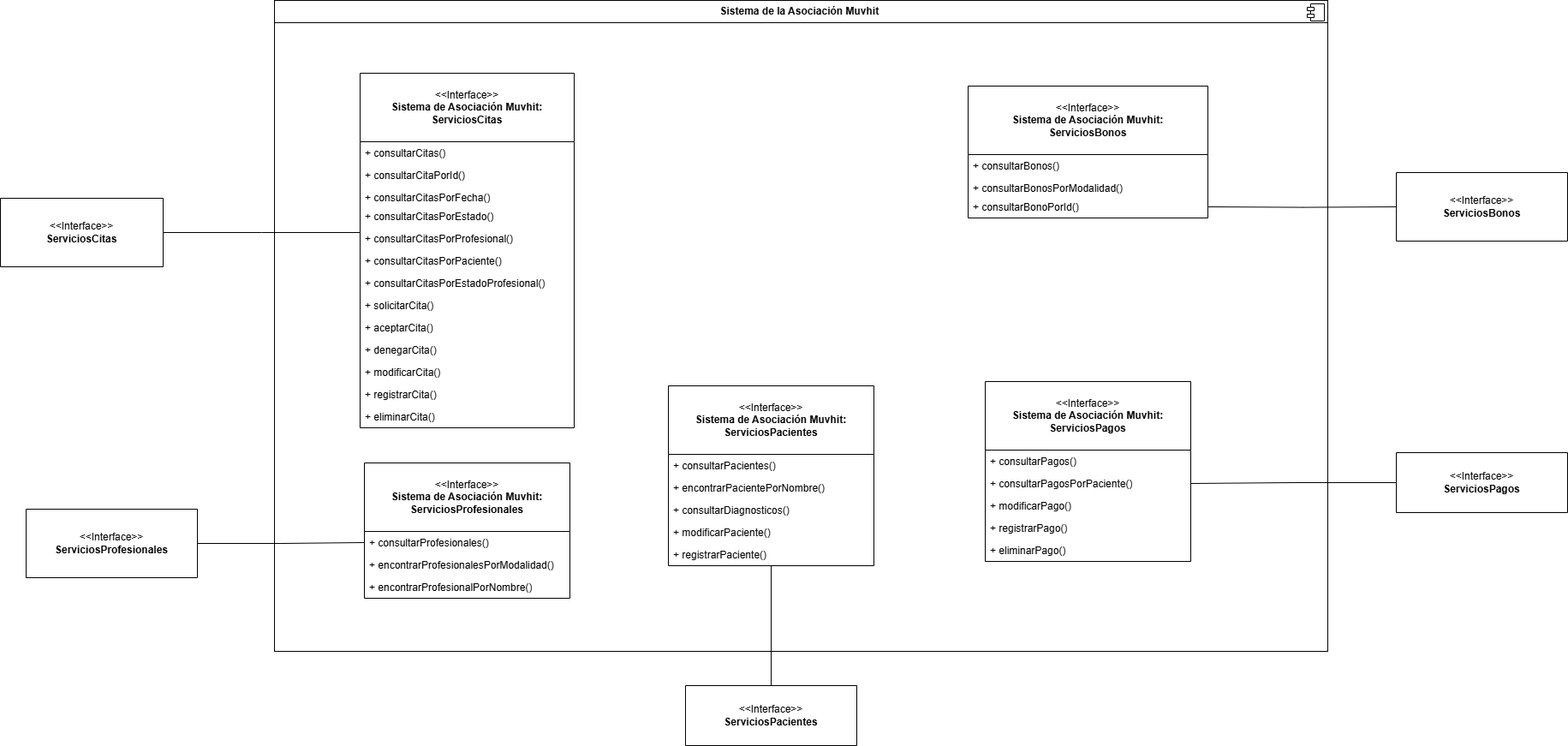
Cristinafernandezchica/ProyectoIRTemporal keeps this draw.io diagram as assets/DiagramaInterfazServiciosSistema.png. Above is the earlier version. Source tidied: cells renumbered, new cells last; positions are measured from the earlier drawing's top-left corner, leaving out a move shared by most shapes.
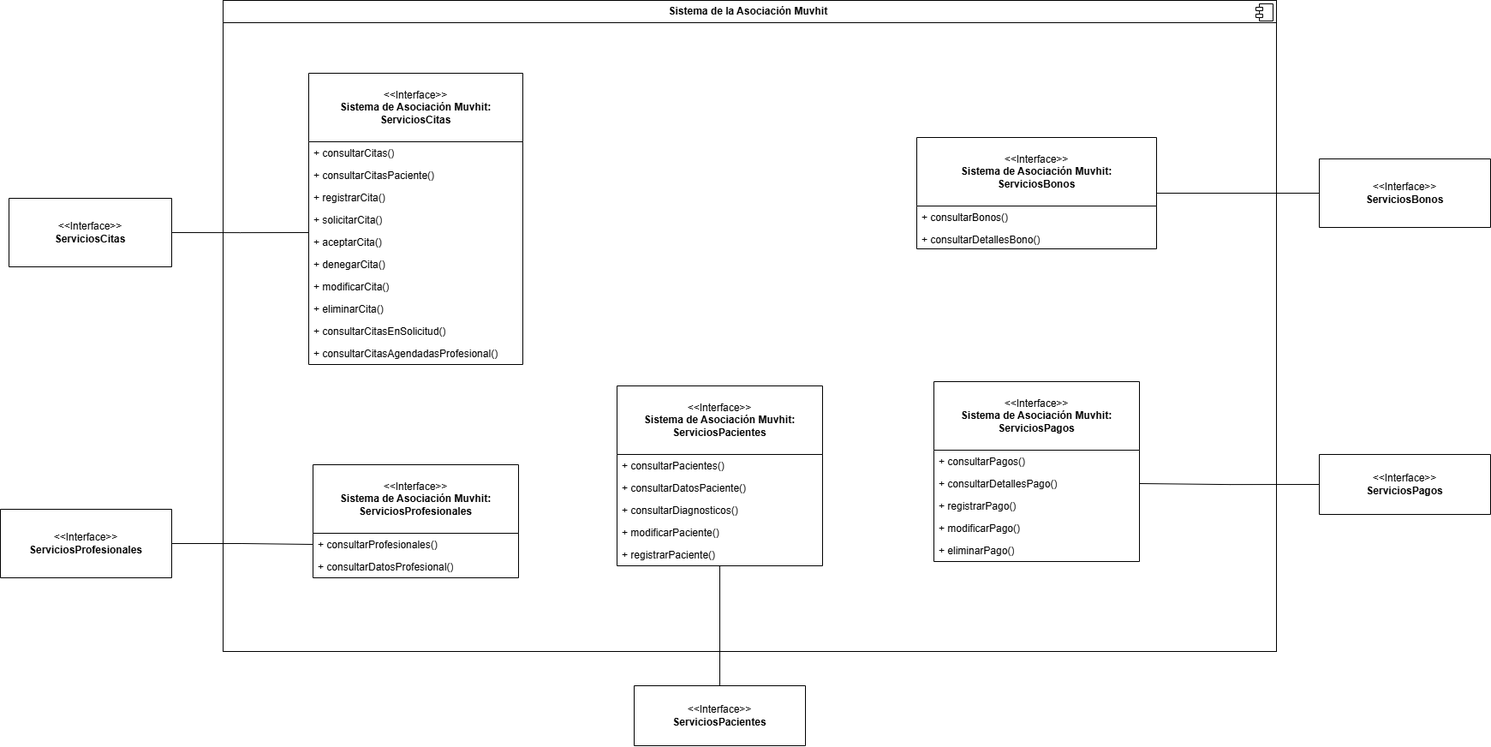
Above is the later version.

What changed in the source:
```diff
@@ -3,7 +3,7 @@
     <mxCell id="0" />
     <mxCell id="1" parent="0" />
     <mxCell id="2" value="&amp;lt;&amp;lt;Interface&amp;gt;&amp;gt;&lt;br&gt;&lt;div&gt;&lt;b style=&quot;background-color: initial;&quot;&gt;ServiciosCitas&lt;/b&gt;&lt;/div&gt;" style="swimlane;fontStyle=0;horizontal=1;startSize=80;fillColor=none;whiteSpace=wrap;html=1;" parent="1" vertex="1">
-      <mxGeometry y="231" width="190" height="80" as="geometry" />
+      <mxGeometry x="70" y="231" width="190" height="80" as="geometry" />
     </mxCell>
     <mxCell id="3" value="&lt;p style=&quot;margin:0px;margin-top:6px;text-align:center;&quot;&gt;&lt;b&gt;Sistema de la Asociación Muvhit&amp;nbsp;&lt;/b&gt;&lt;/p&gt;&lt;hr size=&quot;1&quot; style=&quot;border-style:solid;&quot;&gt;&lt;p style=&quot;margin:0px;margin-left:8px;&quot;&gt;&lt;br&gt;&lt;/p&gt;" style="align=left;overflow=fill;html=1;whiteSpace=wrap;" parent="1" vertex="1">
       <mxGeometry x="320" width="1230" height="760" as="geometry" />
@@ -19,7 +19,7 @@
     <mxCell id="6" value="+&amp;nbsp;&lt;span style=&quot;background-color: initial;&quot;&gt;consultarPacientes()&lt;/span&gt;" style="text;strokeColor=none;fillColor=none;align=left;verticalAlign=top;spacingLeft=4;spacingRight=4;overflow=hidden;whiteSpace=wrap;html=1;" parent="5" vertex="1">
       <mxGeometry y="80" width="240" height="26" as="geometry" />
     </mxCell>
-    <mxCell id="7" value="+&amp;nbsp;encontrarPacientePorNombre()" style="text;strokeColor=none;fillColor=none;align=left;verticalAlign=top;spacingLeft=4;spacingRight=4;overflow=hidden;whiteSpace=wrap;html=1;" parent="5" vertex="1">
+    <mxCell id="7" value="+ consultarDatosPaciente()" style="text;strokeColor=none;fillColor=none;align=left;verticalAlign=top;spacingLeft=4;spacingRight=4;overflow=hidden;whiteSpace=wrap;html=1;" parent="5" vertex="1">
       <mxGeometry y="106" width="240" height="26" as="geometry" />
     </mxCell>
     <mxCell id="8" value="+&amp;nbsp;consultarDiagnosticos()" style="text;strokeColor=none;fillColor=none;align=left;verticalAlign=top;spacingLeft=4;spacingRight=4;overflow=hidden;whiteSpace=wrap;html=1;" parent="5" vertex="1">
@@ -35,19 +35,16 @@
       <mxGeometry x="800" y="800" width="200" height="70" as="geometry" />
     </mxCell>
     <mxCell id="12" value="&amp;lt;&amp;lt;Interface&amp;gt;&amp;gt;&lt;br&gt;&lt;div&gt;&lt;b&gt;Sistema de Asociación Muvhit:&lt;/b&gt;&lt;/div&gt;&lt;div&gt;&lt;b&gt;ServiciosBonos&lt;/b&gt;&lt;/div&gt;" style="swimlane;fontStyle=0;horizontal=1;startSize=80;fillColor=none;whiteSpace=wrap;html=1;" parent="1" vertex="1">
-      <mxGeometry x="1130" y="100" width="280" height="154" as="geometry" />
+      <mxGeometry x="1130" y="160" width="280" height="130" as="geometry" />
     </mxCell>
     <mxCell id="13" value="+&amp;nbsp;consultarBonos()" style="text;strokeColor=none;fillColor=none;align=left;verticalAlign=top;spacingLeft=4;spacingRight=4;overflow=hidden;whiteSpace=wrap;html=1;" parent="12" vertex="1">
       <mxGeometry y="80" width="280" height="26" as="geometry" />
     </mxCell>
-    <mxCell id="14" value="+&amp;nbsp;consultarBonosPorModalidad()" style="text;strokeColor=none;fillColor=none;align=left;verticalAlign=top;spacingLeft=4;spacingRight=4;overflow=hidden;whiteSpace=wrap;html=1;" parent="12" vertex="1">
-      <mxGeometry y="106" width="280" height="22" as="geometry" />
+    <mxCell id="14" value="+&amp;nbsp;consultarDetallesBono()" style="text;strokeColor=none;fillColor=none;align=left;verticalAlign=top;spacingLeft=4;spacingRight=4;overflow=hidden;whiteSpace=wrap;html=1;" parent="12" vertex="1">
+      <mxGeometry y="106" width="280" height="24" as="geometry" />
     </mxCell>
-    <mxCell id="15" value="+ consultarBonoPorId()" style="text;strokeColor=none;fillColor=none;align=left;verticalAlign=top;spacingLeft=4;spacingRight=4;overflow=hidden;whiteSpace=wrap;html=1;" parent="12" vertex="1">
-      <mxGeometry y="128" width="280" height="26" as="geometry" />
-    </mxCell>
     <mxCell id="16" value="&amp;lt;&amp;lt;Interface&amp;gt;&amp;gt;&lt;div&gt;&lt;b&gt;ServiciosBonos&lt;/b&gt;&lt;/div&gt;" style="swimlane;fontStyle=0;horizontal=1;startSize=80;fillColor=none;whiteSpace=wrap;html=1;" parent="1" vertex="1">
-      <mxGeometry x="1630" y="201" width="200" height="80" as="geometry" />
+      <mxGeometry x="1600" y="185" width="200" height="80" as="geometry" />
     </mxCell>
     <mxCell id="17" value="&amp;lt;&amp;lt;Interface&amp;gt;&amp;gt;&lt;br&gt;&lt;div&gt;&lt;b&gt;Sistema de Asociación Muvhit:&lt;/b&gt;&lt;/div&gt;&lt;div&gt;&lt;b&gt;ServiciosPagos&lt;/b&gt;&lt;/div&gt;" style="swimlane;fontStyle=0;horizontal=1;startSize=80;fillColor=none;whiteSpace=wrap;html=1;" parent="1" vertex="1">
       <mxGeometry x="1150" y="445" width="240" height="210" as="geometry" />
@@ -55,91 +52,77 @@
     <mxCell id="18" value="+&amp;nbsp;&lt;span style=&quot;background-color: initial;&quot;&gt;consultarPagos()&lt;/span&gt;" style="text;strokeColor=none;fillColor=none;align=left;verticalAlign=top;spacingLeft=4;spacingRight=4;overflow=hidden;whiteSpace=wrap;html=1;" parent="17" vertex="1">
       <mxGeometry y="80" width="240" height="26" as="geometry" />
     </mxCell>
-    <mxCell id="19" value="+&amp;nbsp;consultarPagosPorPaciente()" style="text;strokeColor=none;fillColor=none;align=left;verticalAlign=top;spacingLeft=4;spacingRight=4;overflow=hidden;whiteSpace=wrap;html=1;" parent="17" vertex="1">
-      <mxGeometry y="106" width="240" height="26" as="geometry" />
-    </mxCell>
+    <mxCell id="22" value="+ consultarDetallesPago()" style="text;strokeColor=none;fillColor=none;align=left;verticalAlign=top;spacingLeft=4;spacingRight=4;overflow=hidden;whiteSpace=wrap;html=1;" parent="17" vertex="1">
+      <mxGeometry y="106" width="240" height="26" as="geometry" />
+    </mxCell>
+    <mxCell id="21" value="+ registrarPago()" style="text;strokeColor=none;fillColor=none;align=left;verticalAlign=top;spacingLeft=4;spacingRight=4;overflow=hidden;whiteSpace=wrap;html=1;" parent="17" vertex="1">
+      <mxGeometry y="132" width="240" height="26" as="geometry" />
+    </mxCell>
     <mxCell id="20" value="+&amp;nbsp;modificarPago()" style="text;strokeColor=none;fillColor=none;align=left;verticalAlign=top;spacingLeft=4;spacingRight=4;overflow=hidden;whiteSpace=wrap;html=1;" parent="17" vertex="1">
-      <mxGeometry y="132" width="240" height="26" as="geometry" />
+      <mxGeometry y="158" width="240" height="26" as="geometry" />
     </mxCell>
-    <mxCell id="21" value="+ registrarPago()" style="text;strokeColor=none;fillColor=none;align=left;verticalAlign=top;spacingLeft=4;spacingRight=4;overflow=hidden;whiteSpace=wrap;html=1;" parent="17" vertex="1">
-      <mxGeometry y="158" width="240" height="26" as="geometry" />
-    </mxCell>
-    <mxCell id="22" value="+ eliminarPago()" style="text;strokeColor=none;fillColor=none;align=left;verticalAlign=top;spacingLeft=4;spacingRight=4;overflow=hidden;whiteSpace=wrap;html=1;" parent="17" vertex="1">
-      <mxGeometry y="184" width="240" height="26" as="geometry" />
-    </mxCell>
+    <mxCell id="48" value="+ eliminarPago()" style="text;strokeColor=none;fillColor=none;align=left;verticalAlign=top;spacingLeft=4;spacingRight=4;overflow=hidden;whiteSpace=wrap;html=1;" parent="17" vertex="1">
+      <mxGeometry y="184" width="240" height="26" as="geometry" />
+    </mxCell>
-    <mxCell id="23" style="edgeStyle=orthogonalEdgeStyle;rounded=0;jettySize=auto;html=1;exitX=0;exitY=0.5;exitDx=0;exitDy=0;entryX=1;entryY=0.5;entryDx=0;entryDy=0;endArrow=none;endFill=0;" parent="1" edge="1" source="24">
+    <mxCell id="23" style="edgeStyle=orthogonalEdgeStyle;rounded=0;jettySize=auto;html=1;entryX=1;entryY=0.5;entryDx=0;entryDy=0;endArrow=none;endFill=0;exitX=0;exitY=0.5;exitDx=0;exitDy=0;" parent="1" edge="1" source="24">
       <mxGeometry relative="1" as="geometry">
         <mxPoint x="1390" y="564" as="targetPoint" />
       </mxGeometry>
     </mxCell>
     <mxCell id="24" value="&amp;lt;&amp;lt;Interface&amp;gt;&amp;gt;&lt;br&gt;&lt;div&gt;&lt;b style=&quot;background-color: initial;&quot;&gt;ServiciosPagos&lt;/b&gt;&lt;/div&gt;" style="swimlane;fontStyle=0;horizontal=1;startSize=80;fillColor=none;whiteSpace=wrap;html=1;" parent="1" vertex="1">
-      <mxGeometry x="1630" y="528" width="200" height="70" as="geometry" />
+      <mxGeometry x="1600" y="530" width="200" height="70" as="geometry" />
     </mxCell>
     <mxCell id="25" value="&amp;lt;&amp;lt;Interface&amp;gt;&amp;gt;&lt;br&gt;&lt;div&gt;&lt;b&gt;Sistema de Asociación Muvhit:&lt;/b&gt;&lt;/div&gt;&lt;div&gt;&lt;b&gt;ServiciosProfesionales&lt;/b&gt;&lt;/div&gt;" style="swimlane;fontStyle=0;horizontal=1;startSize=80;fillColor=none;whiteSpace=wrap;html=1;" parent="1" vertex="1">
-      <mxGeometry x="425" y="540" width="240" height="158" as="geometry" />
+      <mxGeometry x="425" y="542" width="240" height="132" as="geometry" />
     </mxCell>
     <mxCell id="26" value="+&amp;nbsp;&lt;span style=&quot;background-color: initial;&quot;&gt;consultarProfesionales()&lt;/span&gt;" style="text;strokeColor=none;fillColor=none;align=left;verticalAlign=top;spacingLeft=4;spacingRight=4;overflow=hidden;points=[[0,0.5],[1,0.5]];portConstraint=eastwest;whiteSpace=wrap;html=1;" parent="25" vertex="1">
       <mxGeometry y="80" width="240" height="26" as="geometry" />
     </mxCell>
-    <mxCell id="27" value="+ encontrarProfesionalesPorModalidad()" style="text;strokeColor=none;fillColor=none;align=left;verticalAlign=top;spacingLeft=4;spacingRight=4;overflow=hidden;whiteSpace=wrap;html=1;" parent="25" vertex="1">
-      <mxGeometry y="106" width="240" height="26" as="geometry" />
-    </mxCell>
-    <mxCell id="28" value="+ encontrarProfesionalPorNombre()" style="text;strokeColor=none;fillColor=none;align=left;verticalAlign=top;spacingLeft=4;spacingRight=4;overflow=hidden;whiteSpace=wrap;html=1;" parent="25" vertex="1">
-      <mxGeometry y="132" width="240" height="26" as="geometry" />
+    <mxCell id="28" value="+ consultarDatosProfesional()" style="text;strokeColor=none;fillColor=none;align=left;verticalAlign=top;spacingLeft=4;spacingRight=4;overflow=hidden;whiteSpace=wrap;html=1;" parent="25" vertex="1">
+      <mxGeometry y="106" width="240" height="26" as="geometry" />
     </mxCell>
     <mxCell id="29" style="edgeStyle=orthogonalEdgeStyle;rounded=0;jettySize=auto;html=1;exitX=1;exitY=0.5;exitDx=0;exitDy=0;entryX=0;entryY=0.5;entryDx=0;entryDy=0;endArrow=none;endFill=0;" parent="1" edge="1" source="30" target="26">
       <mxGeometry relative="1" as="geometry" />
     </mxCell>
     <mxCell id="30" value="&amp;lt;&amp;lt;Interface&amp;gt;&amp;gt;&lt;br&gt;&lt;div&gt;&lt;b style=&quot;background-color: initial;&quot;&gt;ServiciosProfesionales&lt;/b&gt;&lt;/div&gt;" style="swimlane;fontStyle=0;horizontal=1;startSize=80;fillColor=none;whiteSpace=wrap;html=1;" parent="1" vertex="1">
-      <mxGeometry x="30" y="594" width="200" height="80" as="geometry" />
+      <mxGeometry x="60" y="594" width="200" height="80" as="geometry" />
     </mxCell>
-    <mxCell id="31" style="edgeStyle=orthogonalEdgeStyle;rounded=0;jettySize=auto;html=1;exitX=1;exitY=0.5;exitDx=0;exitDy=0;entryX=0;entryY=0.5;entryDx=0;entryDy=0;endArrow=none;endFill=0;" parent="1" edge="1" target="16">
-      <mxGeometry relative="1" as="geometry">
-        <mxPoint x="1410" y="241" as="sourcePoint" />
-      </mxGeometry>
+    <mxCell id="31" style="edgeStyle=orthogonalEdgeStyle;rounded=0;jettySize=auto;html=1;endArrow=none;endFill=0;exitX=1;exitY=0.5;exitDx=0;exitDy=0;entryX=0;entryY=0.5;entryDx=0;entryDy=0;" parent="1" edge="1" source="12" target="16">
+      <mxGeometry relative="1" as="geometry" />
     </mxCell>
     <mxCell id="32" value="&amp;lt;&amp;lt;Interface&amp;gt;&amp;gt;&lt;br&gt;&lt;div&gt;&lt;b&gt;Sistema de Asociación Muvhit:&lt;/b&gt;&lt;/div&gt;&lt;div&gt;&lt;b&gt;ServiciosCitas&lt;/b&gt;&lt;/div&gt;" style="swimlane;fontStyle=0;horizontal=1;startSize=80;fillColor=none;whiteSpace=wrap;html=1;" parent="1" vertex="1">
-      <mxGeometry x="420" y="85" width="250" height="414" as="geometry" />
+      <mxGeometry x="420" y="85" width="250" height="340" as="geometry" />
     </mxCell>
     <mxCell id="33" value="+&amp;nbsp;&lt;span style=&quot;background-color: initial;&quot;&gt;consultarCitas()&lt;/span&gt;" style="text;strokeColor=none;fillColor=none;align=left;verticalAlign=top;spacingLeft=4;spacingRight=4;overflow=hidden;whiteSpace=wrap;html=1;" parent="32" vertex="1">
       <mxGeometry y="80" width="250" height="26" as="geometry" />
     </mxCell>
-    <mxCell id="34" value="+&amp;nbsp;consultarCitaPorId()" style="text;strokeColor=none;fillColor=none;align=left;verticalAlign=top;spacingLeft=4;spacingRight=4;overflow=hidden;whiteSpace=wrap;html=1;" parent="32" vertex="1">
-      <mxGeometry y="106" width="250" height="26" as="geometry" />
-    </mxCell>
-    <mxCell id="35" value="+&amp;nbsp;consultarCitasPorFecha()" style="text;strokeColor=none;fillColor=none;align=left;verticalAlign=top;spacingLeft=4;spacingRight=4;overflow=hidden;whiteSpace=wrap;html=1;" parent="32" vertex="1">
-      <mxGeometry y="132" width="250" height="22" as="geometry" />
-    </mxCell>
-    <mxCell id="36" value="+&amp;nbsp;consultarCitasPorEstado()" style="text;strokeColor=none;fillColor=none;align=left;verticalAlign=top;spacingLeft=4;spacingRight=4;overflow=hidden;whiteSpace=wrap;html=1;" parent="32" vertex="1">
-      <mxGeometry y="154" width="250" height="26" as="geometry" />
-    </mxCell>
-    <mxCell id="37" value="+ consultarCitasPorProfesional()" style="text;strokeColor=none;fillColor=none;align=left;verticalAlign=top;spacingLeft=4;spacingRight=4;overflow=hidden;whiteSpace=wrap;html=1;" parent="32" vertex="1">
-      <mxGeometry y="180" width="250" height="26" as="geometry" />
-    </mxCell>
-    <mxCell id="38" value="+ consultarCitasPorPaciente()" style="text;strokeColor=none;fillColor=none;align=left;verticalAlign=top;spacingLeft=4;spacingRight=4;overflow=hidden;whiteSpace=wrap;html=1;" parent="32" vertex="1">
-      <mxGeometry y="206" width="250" height="26" as="geometry" />
+    <mxCell id="38" value="+ consultarCitasPaciente()" style="text;strokeColor=none;fillColor=none;align=left;verticalAlign=top;spacingLeft=4;spacingRight=4;overflow=hidden;whiteSpace=wrap;html=1;" parent="32" vertex="1">
+      <mxGeometry y="106" width="250" height="26" as="geometry" />
     </mxCell>
-    <mxCell id="39" value="+&amp;nbsp;consultarCitasPorEstadoProfesional()" style="text;strokeColor=none;fillColor=none;align=left;verticalAlign=top;spacingLeft=4;spacingRight=4;overflow=hidden;whiteSpace=wrap;html=1;" parent="32" vertex="1">
-      <mxGeometry y="232" width="250" height="26" as="geometry" />
-    </mxCell>
+    <mxCell id="44" value="+ registrarCita()" style="text;strokeColor=none;fillColor=none;align=left;verticalAlign=top;spacingLeft=4;spacingRight=4;overflow=hidden;whiteSpace=wrap;html=1;" parent="32" vertex="1">
+      <mxGeometry y="132" width="250" height="26" as="geometry" />
+    </mxCell>
     <mxCell id="40" value="+&amp;nbsp;solicitarCita()" style="text;strokeColor=none;fillColor=none;align=left;verticalAlign=top;spacingLeft=4;spacingRight=4;overflow=hidden;whiteSpace=wrap;html=1;" parent="32" vertex="1">
-      <mxGeometry y="258" width="250" height="26" as="geometry" />
+      <mxGeometry y="158" width="250" height="26" as="geometry" />
     </mxCell>
     <mxCell id="41" value="+ aceptarCita()" style="text;strokeColor=none;fillColor=none;align=left;verticalAlign=top;spacingLeft=4;spacingRight=4;overflow=hidden;whiteSpace=wrap;html=1;" parent="32" vertex="1">
-      <mxGeometry y="284" width="250" height="26" as="geometry" />
+      <mxGeometry y="184" width="250" height="26" as="geometry" />
     </mxCell>
     <mxCell id="42" value="+ denegarCita()" style="text;strokeColor=none;fillColor=none;align=left;verticalAlign=top;spacingLeft=4;spacingRight=4;overflow=hidden;whiteSpace=wrap;html=1;" parent="32" vertex="1">
-      <mxGeometry y="310" width="250" height="26" as="geometry" />
+      <mxGeometry y="210" width="250" height="26" as="geometry" />
     </mxCell>
     <mxCell id="43" value="+&amp;nbsp;modificarCita()" style="text;strokeColor=none;fillColor=none;align=left;verticalAlign=top;spacingLeft=4;spacingRight=4;overflow=hidden;whiteSpace=wrap;html=1;" parent="32" vertex="1">
-      <mxGeometry y="336" width="250" height="26" as="geometry" />
+      <mxGeometry y="236" width="250" height="26" as="geometry" />
     </mxCell>
-    <mxCell id="44" value="+ registrarCita()" style="text;strokeColor=none;fillColor=none;align=left;verticalAlign=top;spacingLeft=4;spacingRight=4;overflow=hidden;whiteSpace=wrap;html=1;" parent="32" vertex="1">
-      <mxGeometry y="362" width="250" height="26" as="geometry" />
-    </mxCell>
     <mxCell id="45" value="+ eliminarCita()" style="text;strokeColor=none;fillColor=none;align=left;verticalAlign=top;spacingLeft=4;spacingRight=4;overflow=hidden;whiteSpace=wrap;html=1;" parent="32" vertex="1">
-      <mxGeometry y="388" width="250" height="26" as="geometry" />
+      <mxGeometry y="262" width="250" height="26" as="geometry" />
     </mxCell>
+    <mxCell id="49" value="+ consultarCitasEnSolicitud()" style="text;strokeColor=none;fillColor=none;align=left;verticalAlign=top;spacingLeft=4;spacingRight=4;overflow=hidden;whiteSpace=wrap;html=1;" parent="32" vertex="1">
+      <mxGeometry y="288" width="250" height="26" as="geometry" />
+    </mxCell>
+    <mxCell id="50" value="+ consultarCitasAgendadasProfesional()" style="text;strokeColor=none;fillColor=none;align=left;verticalAlign=top;spacingLeft=4;spacingRight=4;overflow=hidden;whiteSpace=wrap;html=1;" parent="32" vertex="1">
+      <mxGeometry y="314" width="250" height="26" as="geometry" />
+    </mxCell>
     <mxCell id="46" style="edgeStyle=orthogonalEdgeStyle;rounded=0;jettySize=auto;html=1;exitX=1;exitY=0.5;exitDx=0;exitDy=0;endArrow=none;endFill=0;" parent="1" edge="1" source="2">
       <mxGeometry relative="1" as="geometry">
         <mxPoint x="420" y="271" as="targetPoint" />
```
